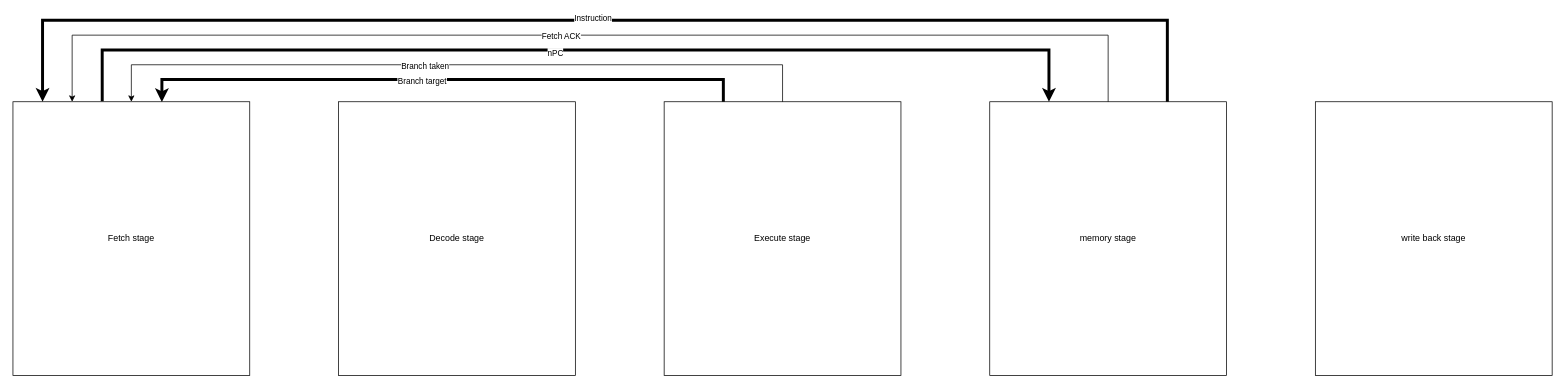
Before: page "Stage overview" (1 of 6) of cpu/doc/block diagrams/pipeline stages.drawio in bittnert/icebreaker, a draw.io diagram. Source tidied: cells renumbered, new cells numbered last; positions are measured from the earlier drawing's top-left corner, leaving out a move shared by most shapes. Both pictures are drawn from the tidied source at 74%, with x=0, y=0 at pixel (13, 20).
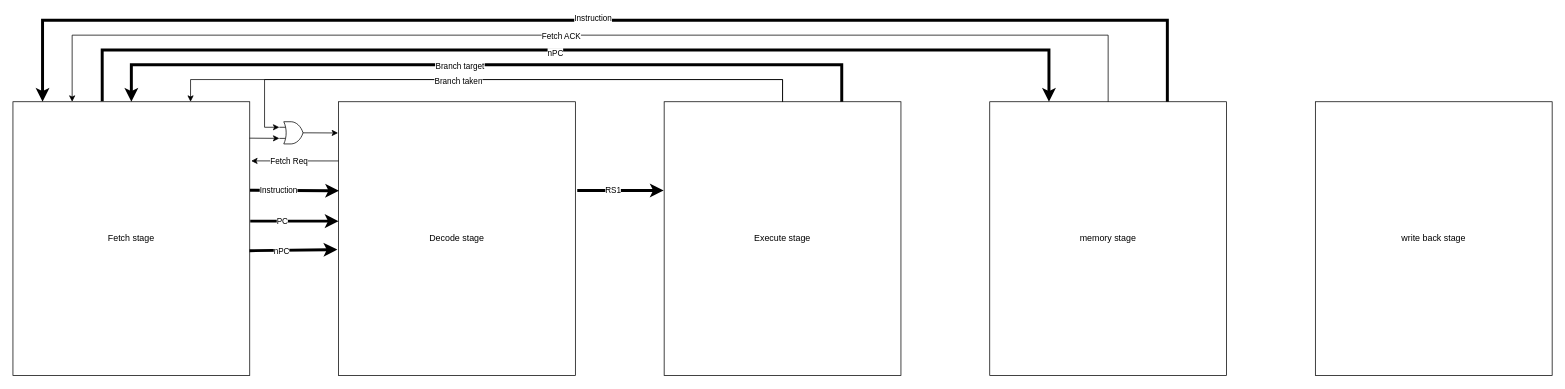
Above is the later version.

Unchanged cells that the change refers to:
```xml
<mxCell id="2" value="Fetch stage" style="rounded=0;whiteSpace=wrap;html=1;" parent="1" vertex="1">
  <mxGeometry y="110" width="320" height="370" as="geometry" />
</mxCell>
<mxCell id="3" value="Decode stage" style="rounded=0;whiteSpace=wrap;html=1;" parent="1" vertex="1">
  <mxGeometry x="440" y="110" width="320" height="370" as="geometry" />
</mxCell>
<mxCell id="4" value="Execute stage" style="rounded=0;whiteSpace=wrap;html=1;" parent="1" vertex="1">
  <mxGeometry x="880" y="110" width="320" height="370" as="geometry" />
</mxCell>
```

What changed in the source:
```diff
@@
+    <mxCell id="15" style="endArrow=classic;html=1;rounded=0;entryX=0.5;entryY=0;entryDx=0;entryDy=0;exitX=0.75;exitY=0;exitDx=0;exitDy=0;edgeStyle=orthogonalEdgeStyle;strokeWidth=4;" parent="1" edge="1" source="4" target="2">
+      <mxGeometry relative="1" as="geometry">
+        <Array as="points">
+          <mxPoint x="1120" y="60" />
+          <mxPoint x="160" y="60" />
+        </Array>
+      </mxGeometry>
+    </mxCell>
+    <mxCell id="16" value="Branch target" style="edgeLabel;html=1;align=center;verticalAlign=middle;" parent="15" vertex="1">
+      <mxGeometry x="0.07" y="1" relative="1" as="geometry" />
+    </mxCell>
+    <mxCell id="17" style="verticalLabelPosition=bottom;shadow=0;dashed=0;align=center;html=1;verticalAlign=top;shape=mxgraph.electrical.logic_gates.logic_gate;operation=or;" parent="1" vertex="1">
+      <mxGeometry x="360" y="137" width="40" height="30" as="geometry" />
+    </mxCell>
+    <mxCell id="18" style="endArrow=classic;html=1;rounded=0;entryX=0;entryY=0.75;entryDx=0;entryDy=0;entryPerimeter=0;exitX=0.999;exitY=0.133;exitDx=0;exitDy=0;exitPerimeter=0;" parent="1" edge="1" source="2" target="17">
+      <mxGeometry relative="1" as="geometry" />
+    </mxCell>
+    <mxCell id="19" style="endArrow=classic;html=1;rounded=0;exitX=1;exitY=0.5;exitDx=0;exitDy=0;exitPerimeter=0;entryX=-0.002;entryY=0.114;entryDx=0;entryDy=0;entryPerimeter=0;" parent="1" edge="1" source="17" target="3">
+      <mxGeometry relative="1" as="geometry" />
+    </mxCell>
+    <mxCell id="20" style="endArrow=classic;html=1;rounded=0;exitX=0.5;exitY=0;exitDx=0;exitDy=0;entryX=0;entryY=0.25;entryDx=0;entryDy=0;entryPerimeter=0;edgeStyle=orthogonalEdgeStyle;" parent="1" edge="1" source="4" target="17">
+      <mxGeometry relative="1" as="geometry">
+        <Array as="points">
+          <mxPoint x="1040" y="80" />
+          <mxPoint x="340" y="80" />
+          <mxPoint x="340" y="145" />
+        </Array>
+      </mxGeometry>
+    </mxCell>
-    <mxCell id="13" style="endArrow=classic;html=1;rounded=0;entryX=0.5;entryY=0;entryDx=0;entryDy=0;exitX=0.5;exitY=0;exitDx=0;exitDy=0;edgeStyle=orthogonalEdgeStyle;" parent="1" edge="1" source="4" target="2">
+    <mxCell id="13" style="endArrow=classic;html=1;rounded=0;entryX=0.75;entryY=0;entryDx=0;entryDy=0;exitX=0.5;exitY=0;exitDx=0;exitDy=0;edgeStyle=orthogonalEdgeStyle;" parent="1" edge="1" source="4" target="2">
       <mxGeometry relative="1" as="geometry">
         <Array as="points">
-          <mxPoint x="1040" y="60" />
-          <mxPoint x="160" y="60" />
+          <mxPoint x="1040" y="80" />
+          <mxPoint x="240" y="80" />
         </Array>
       </mxGeometry>
     </mxCell>
@@
-    <mxCell id="15" style="endArrow=classic;html=1;rounded=0;entryX=0.629;entryY=0.001;entryDx=0;entryDy=0;entryPerimeter=0;exitX=0.25;exitY=0;exitDx=0;exitDy=0;edgeStyle=orthogonalEdgeStyle;strokeWidth=4;" parent="1" edge="1" source="4" target="2">
-      <mxGeometry relative="1" as="geometry">
-        <Array as="points">
-          <mxPoint x="960" y="80" />
-          <mxPoint x="201" y="80" />
-        </Array>
-      </mxGeometry>
-    </mxCell>
-    <mxCell id="16" value="Branch target" style="edgeLabel;html=1;align=center;verticalAlign=middle;" parent="15" vertex="1">
-      <mxGeometry x="0.07" y="1" relative="1" as="geometry" />
-    </mxCell>
+    <mxCell id="21" style="endArrow=classic;html=1;rounded=0;entryX=1.006;entryY=0.216;entryDx=0;entryDy=0;entryPerimeter=0;" parent="1" edge="1" target="2">
+      <mxGeometry relative="1" as="geometry">
+        <mxPoint x="440" y="190" as="sourcePoint" />
+      </mxGeometry>
+    </mxCell>
+    <mxCell id="22" value="Fetch Req" style="edgeLabel;html=1;align=center;verticalAlign=middle;" parent="21" vertex="1">
+      <mxGeometry x="0.14" y="1" relative="1" as="geometry" />
+    </mxCell>
+    <mxCell id="23" style="endArrow=classic;html=1;rounded=0;exitX=1.001;exitY=0.323;exitDx=0;exitDy=0;exitPerimeter=0;entryX=0.002;entryY=0.325;entryDx=0;entryDy=0;entryPerimeter=0;strokeWidth=4;" parent="1" edge="1" source="2" target="3">
+      <mxGeometry relative="1" as="geometry" />
+    </mxCell>
+    <mxCell id="24" value="Instruction" style="edgeLabel;html=1;align=center;verticalAlign=middle;" parent="23" vertex="1">
+      <mxGeometry x="-0.37" relative="1" as="geometry" />
+    </mxCell>
+    <mxCell id="25" style="endArrow=classic;html=1;rounded=0;exitX=1.002;exitY=0.436;exitDx=0;exitDy=0;exitPerimeter=0;entryX=0;entryY=0.436;entryDx=0;entryDy=0;entryPerimeter=0;strokeWidth=4;" parent="1" edge="1" source="2" target="3">
+      <mxGeometry relative="1" as="geometry" />
+    </mxCell>
+    <mxCell id="26" value="PC" style="edgeLabel;html=1;align=center;verticalAlign=middle;" parent="25" vertex="1">
+      <mxGeometry x="-0.28" relative="1" as="geometry" />
+    </mxCell>
+    <mxCell id="27" style="endArrow=classic;html=1;rounded=0;exitX=0.999;exitY=0.544;exitDx=0;exitDy=0;exitPerimeter=0;entryX=-0.005;entryY=0.54;entryDx=0;entryDy=0;entryPerimeter=0;strokeWidth=4;" parent="1" edge="1" source="2" target="3">
+      <mxGeometry relative="1" as="geometry" />
+    </mxCell>
+    <mxCell id="28" value="nPC" style="edgeLabel;html=1;align=center;verticalAlign=middle;" parent="27" vertex="1">
+      <mxGeometry x="-0.28" y="-1" relative="1" as="geometry" />
+    </mxCell>
+    <mxCell id="29" style="endArrow=classic;html=1;rounded=0;exitX=1.008;exitY=0.324;exitDx=0;exitDy=0;exitPerimeter=0;entryX=-0.002;entryY=0.324;entryDx=0;entryDy=0;entryPerimeter=0;strokeWidth=4;" parent="1" edge="1" source="3" target="4">
+      <mxGeometry relative="1" as="geometry" />
+    </mxCell>
+    <mxCell id="30" value="RS1" style="edgeLabel;html=1;align=center;verticalAlign=middle;" parent="29" vertex="1">
+      <mxGeometry x="-0.18" relative="1" as="geometry" />
+    </mxCell>
```
